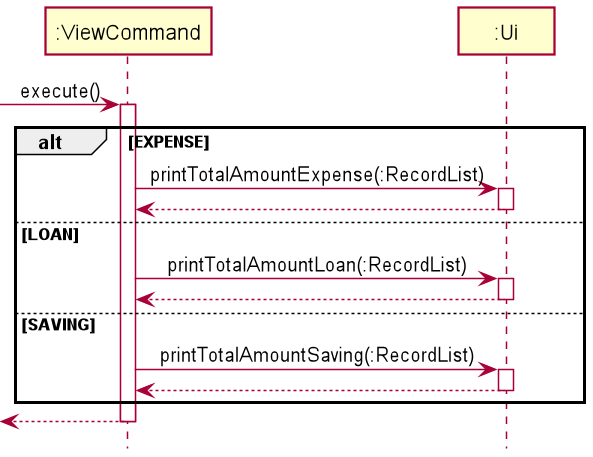
Before: docs/img/ViewFeatureSequenceDiagram.png, a diagram exported from PlantUML (nus-cs2113-AY2021S2/tp).
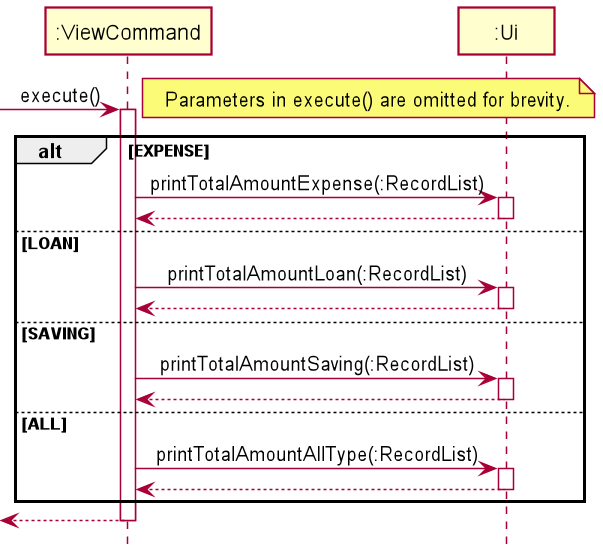
After the change.

What changed in the source:
```diff
@@ -3,6 +3,10 @@
 
 [-> ":ViewCommand": execute()
 activate ":ViewCommand"
+
+note right
+    Parameters in execute() are omitted for brevity.
+end note
 
 alt EXPENSE
 
@@ -25,6 +29,13 @@
     ":Ui" --> ":ViewCommand"
     deactivate ":Ui"
 
+else ALL
+
+    ":ViewCommand" -> ":Ui": printTotalAmountAllType(:RecordList)
+    activate ":Ui"
+    ":Ui" --> ":ViewCommand"
+    deactivate ":Ui"
+
 end
 
 [<-- ":ViewCommand"
```
